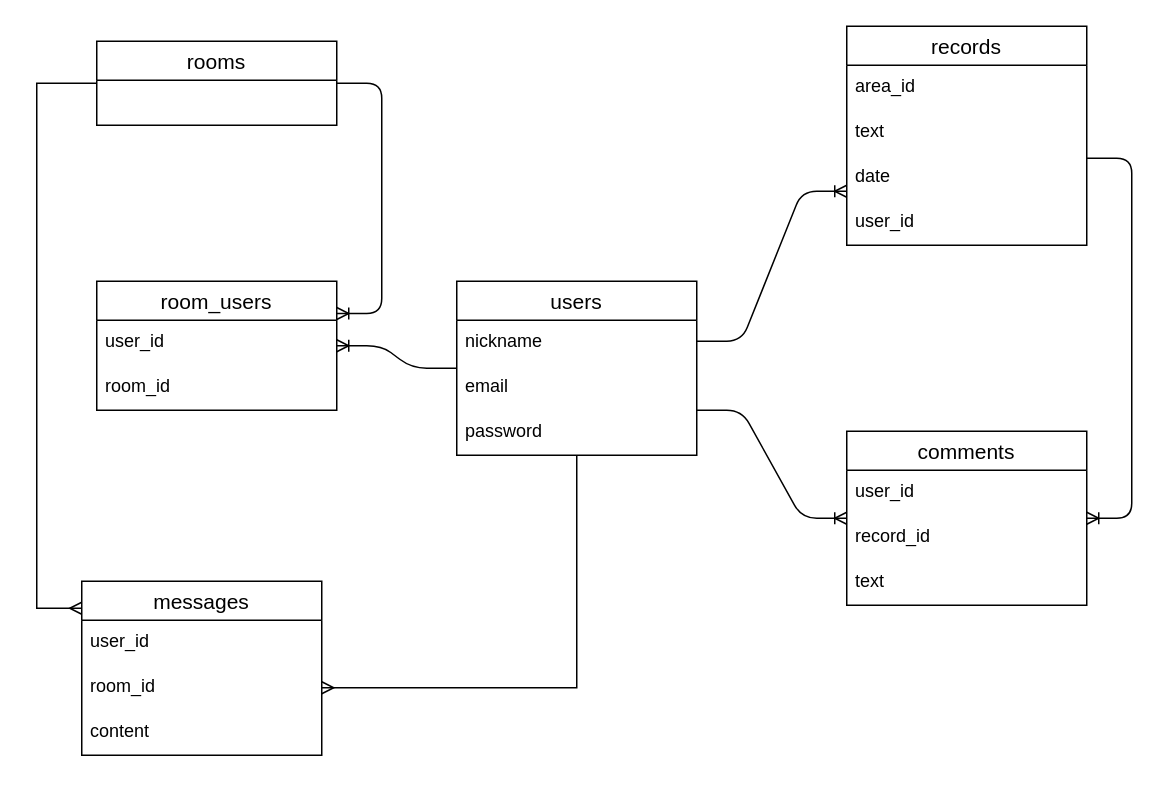
leska91/okinawa_travel_notes keeps this draw.io diagram as okinawa.dio. Above is the earlier version. Source tidied: cells renumbered, new cells numbered last; positions are measured from the earlier drawing's top-left corner, leaving out a move shared by most shapes. Both pictures are drawn from the tidied source at 150%, with x=0, y=0 at pixel (36, 26).
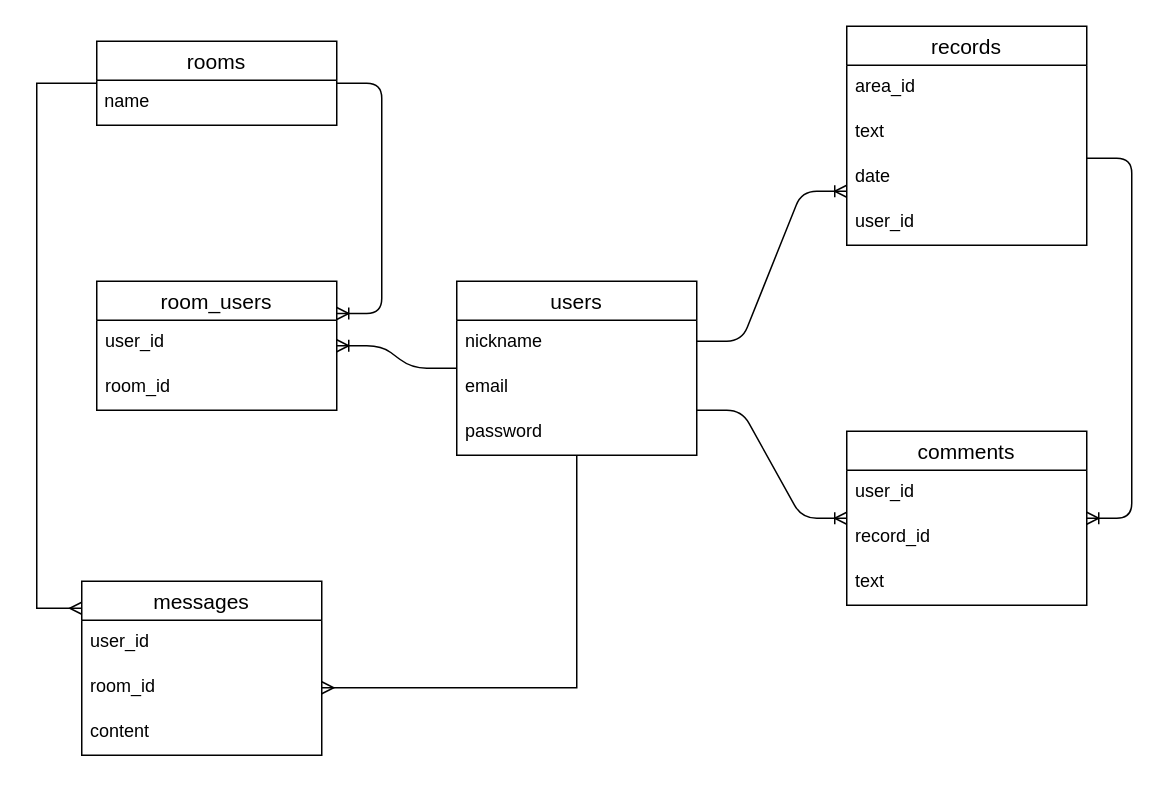
Above is the later version.

Change to the diagram source:
```diff
@@
+    <mxCell id="30" value="name" style="text;html=1;align=center;verticalAlign=middle;" parent="1" vertex="1">
+      <mxGeometry x="35" y="40" width="50" height="20" as="geometry" />
+    </mxCell>
```
